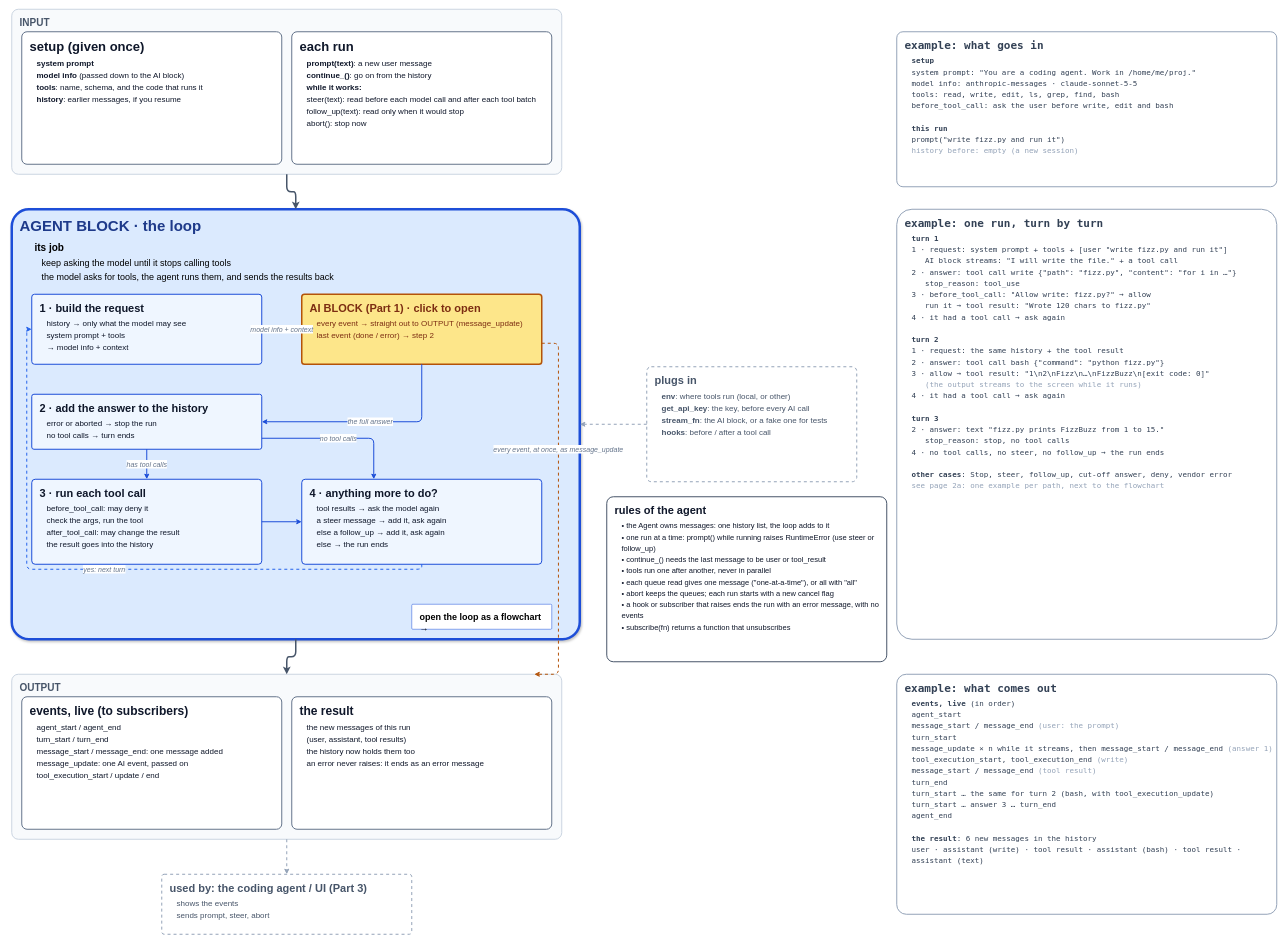
Before: page "2 · Agent block" (1 of 6) of docs/guidebook/img/architecture.drawio in danhugo/simp-agent, a draw.io diagram. Source tidied: cells renumbered, new cells numbered last; positions are measured from the earlier drawing's top-left corner, leaving out a move shared by most shapes. Both pictures are drawn from the tidied source at 50%, with x=0, y=0 at pixel (12, 9).
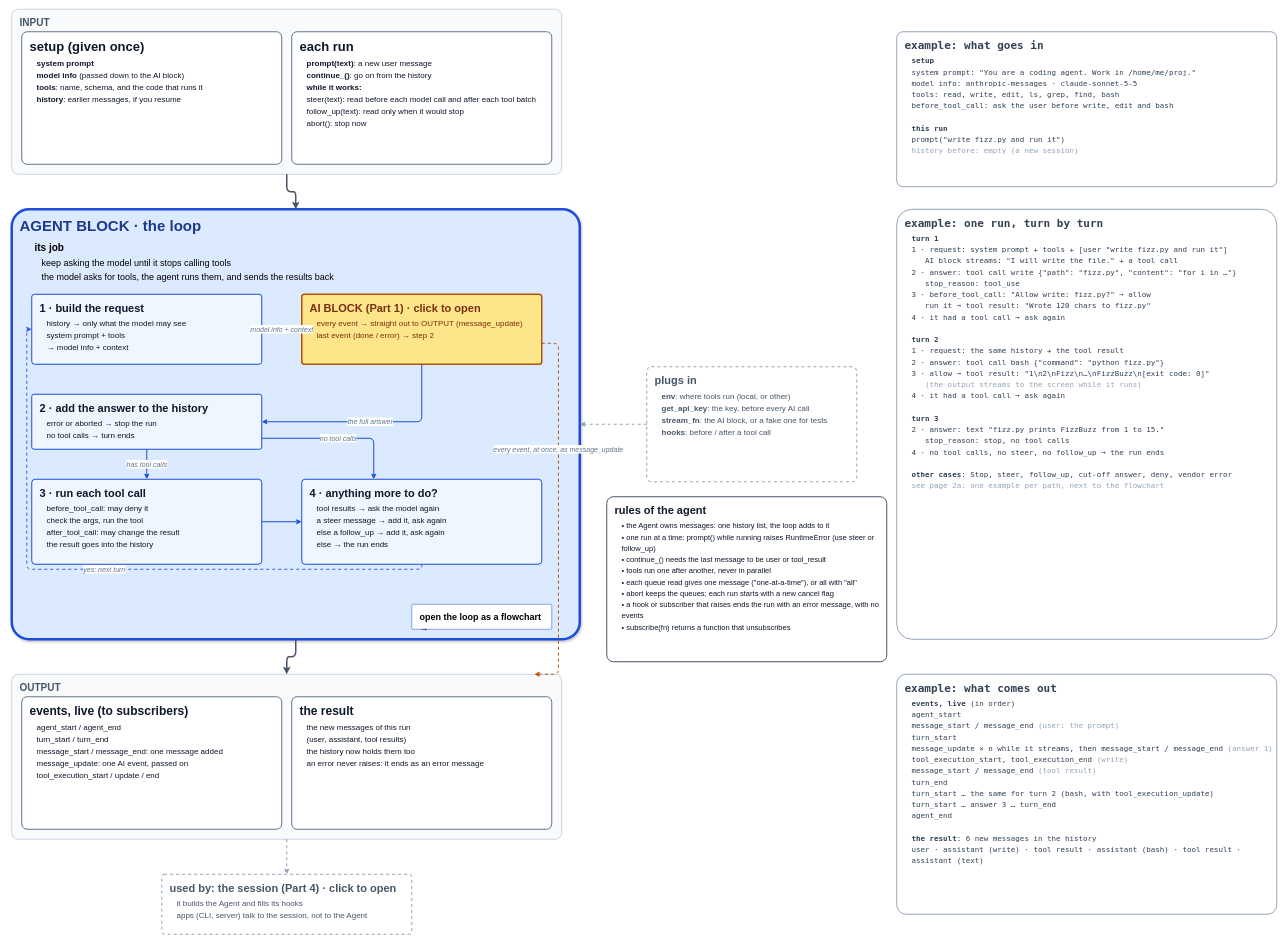
After the change.

Commit message (it also covers changes not shown here):
docs(guidebook): session block page (3) and session run flowchart (3a) in architecture.drawio

The edit, as a diff of the source:
```diff
@@
-    <mxCell id="22" value="&lt;b style=&quot;font-size:22px&quot;&gt;used by: the coding agent / UI (Part 3)&lt;/b&gt;&lt;div style=&quot;font-size:16px;line-height:1.5;margin-top:6px;padding-left:14px&quot;&gt;shows the events&lt;br&gt;sends prompt, steer, abort&lt;/div&gt;" style="whiteSpace=wrap;html=1;align=left;verticalAlign=top;spacingLeft=14;spacingTop=8;rounded=1;arcSize=4;fillColor=#ffffff;strokeColor=#94a3b8;dashed=1;strokeWidth=2;fontColor=#475569;" parent="1" vertex="1">
+    <mxCell id="22" value="&lt;b style=&quot;font-size:22px&quot;&gt;used by: the session (Part 4) · click to open&lt;/b&gt;&lt;div style=&quot;font-size:16px;line-height:1.5;margin-top:6px;padding-left:14px&quot;&gt;it builds the Agent and fills its hooks&lt;br&gt;apps (CLI, server) talk to the session, not to the Agent&lt;/div&gt;" style="whiteSpace=wrap;html=1;align=left;verticalAlign=top;spacingLeft=14;spacingTop=8;rounded=1;arcSize=4;fillColor=#ffffff;strokeColor=#94a3b8;dashed=1;strokeWidth=2;fontColor=#475569;" parent="1" vertex="1">
       <mxGeometry x="300" y="1730" width="500" height="120" as="geometry" />
     </mxCell>
```
